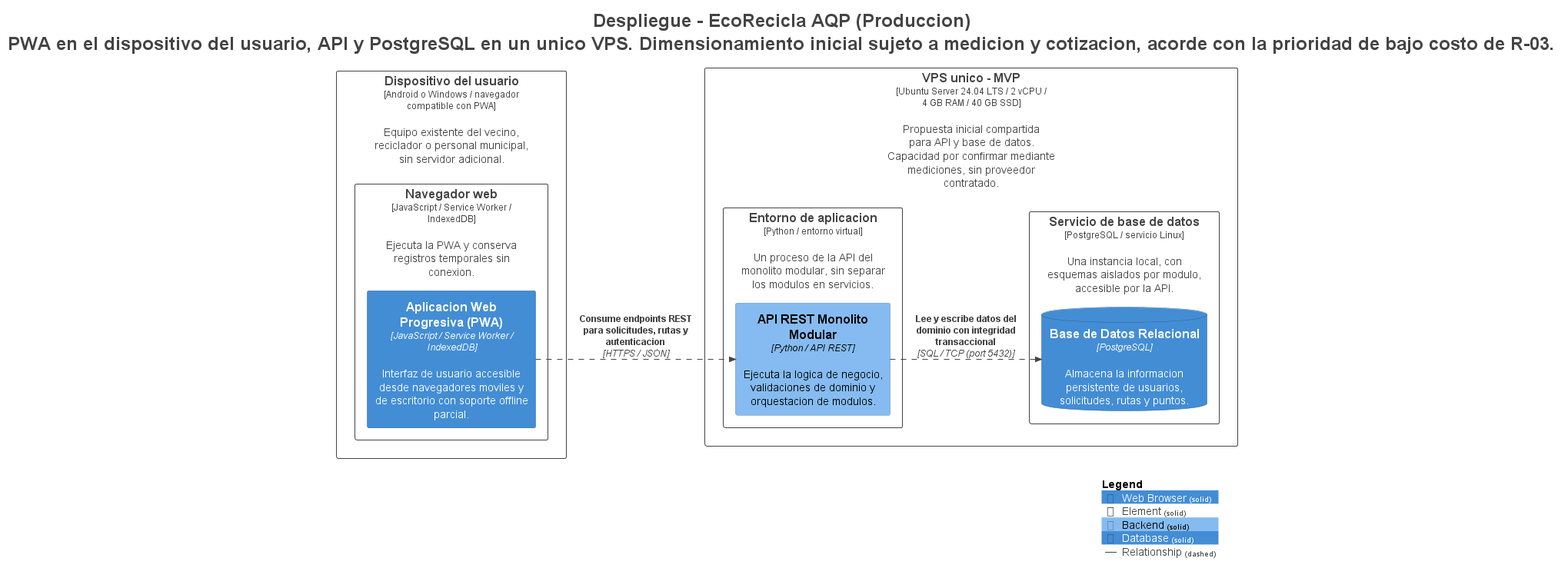
Above: docs/architecture/c4/img/structurizr-VistaDespliegue.png in SharonCondoriUNSA/cs-2026b-lab04-grupo10 (PlantUML), before the change. Its diagram source:
```plantuml
@startuml
title <size:24>Despliegue - EcoRecicla AQP (Produccion)</size>\n<size:24>PWA en el dispositivo del usuario, API y PostgreSQL en un unico VPS. Dimensionamiento inicial sujeto a medicion y cotizacion, acorde con la prioridad de bajo costo de R-03.</size>

set separator none
left to right direction

<style>
  root {
    BackgroundColor: #ffffff
    FontColor: #444444
  }
</style>

!include <C4/C4>
!include <C4/C4_Context>
!include <C4/C4_Container>
!include <C4/C4_Deployment>

AddElementTag("Web Browser", $bgColor="#438dd5", $borderColor="#2e6295", $fontColor="#ffffff", $sprite="", $shadowing="", $borderStyle="solid")
AddElementTag("Element", $bgColor="#ffffff", $borderColor="#444444", $fontColor="#444444", $sprite="", $shadowing="", $borderStyle="solid")
AddElementTag("Backend", $bgColor="#85bbf0", $borderColor="#5d82a8", $fontColor="#000000", $sprite="", $shadowing="", $borderStyle="solid")
AddElementTag("Database", $bgColor="#438dd5", $borderColor="#2e6295", $fontColor="#ffffff", $sprite="", $shadowing="", $borderStyle="solid")

AddRelTag("Relationship", $textColor="#444444", $lineColor="#444444", $lineStyle = DashedLine())

Deployment_Node(Producción.Dispositivodelusuario, "Dispositivo del usuario", $type="Android o Windows / navegador compatible con PWA", $descr="Equipo existente del vecino, reciclador o personal municipal, sin servidor adicional.", $tags="Element", $link="") {
  Deployment_Node(Producción.Dispositivodelusuario.Navegadorweb, "Navegador web", $type="JavaScript / Service Worker / IndexedDB", $descr="Ejecuta la PWA y conserva registros temporales sin conexion.", $tags="Element", $link="") {
    Container(Producción.Dispositivodelusuario.Navegadorweb.AplicacionWebProgresivaPWA_1, "Aplicacion Web Progresiva (PWA)", $techn="JavaScript / Service Worker / IndexedDB", $descr="Interfaz de usuario accesible desde navegadores moviles y de escritorio con soporte offline parcial.", $tags="Web Browser", $link="")
  }

}

Deployment_Node(Producción.VPSunicoMVP, "VPS unico - MVP", $type="Ubuntu Server 24.04 LTS / 2 vCPU / 4 GB RAM / 40 GB SSD", $descr="Propuesta inicial compartida para API y base de datos. Capacidad por confirmar mediante mediciones, sin proveedor contratado.", $tags="Element", $link="") {
  Deployment_Node(Producción.VPSunicoMVP.Entornodeaplicacion, "Entorno de aplicacion", $type="Python / entorno virtual", $descr="Un proceso de la API del monolito modular, sin separar los modulos en servicios.", $tags="Element", $link="") {
    Container(Producción.VPSunicoMVP.Entornodeaplicacion.APIRESTMonolitoModular_1, "API REST Monolito Modular", $techn="Python / API REST", $descr="Ejecuta la logica de negocio, validaciones de dominio y orquestacion de modulos.", $tags="Backend", $link="")
  }

  Deployment_Node(Producción.VPSunicoMVP.Serviciodebasededatos, "Servicio de base de datos", $type="PostgreSQL / servicio Linux", $descr="Una instancia local, con esquemas aislados por modulo, accesible por la API.", $tags="Element", $link="") {
    ContainerDb(Producción.VPSunicoMVP.Serviciodebasededatos.BasedeDatosRelacional_1, "Base de Datos Relacional", $techn="PostgreSQL", $descr="Almacena la informacion persistente de usuarios, solicitudes, rutas y puntos.", $tags="Database", $link="")
  }

}

Rel(Producción.Dispositivodelusuario.Navegadorweb.AplicacionWebProgresivaPWA_1, Producción.VPSunicoMVP.Entornodeaplicacion.APIRESTMonolitoModular_1, "Consume endpoints REST para solicitudes, rutas y autenticacion", $techn="HTTPS / JSON", $tags="Relationship", $link="")
Rel(Producción.VPSunicoMVP.Entornodeaplicacion.APIRESTMonolitoModular_1, Producción.VPSunicoMVP.Serviciodebasededatos.BasedeDatosRelacional_1, "Lee y escribe datos del dominio con integridad transaccional", $techn="SQL / TCP (port 5432)", $tags="Relationship", $link="")

SHOW_LEGEND(true)
hide stereotypes
@enduml
```
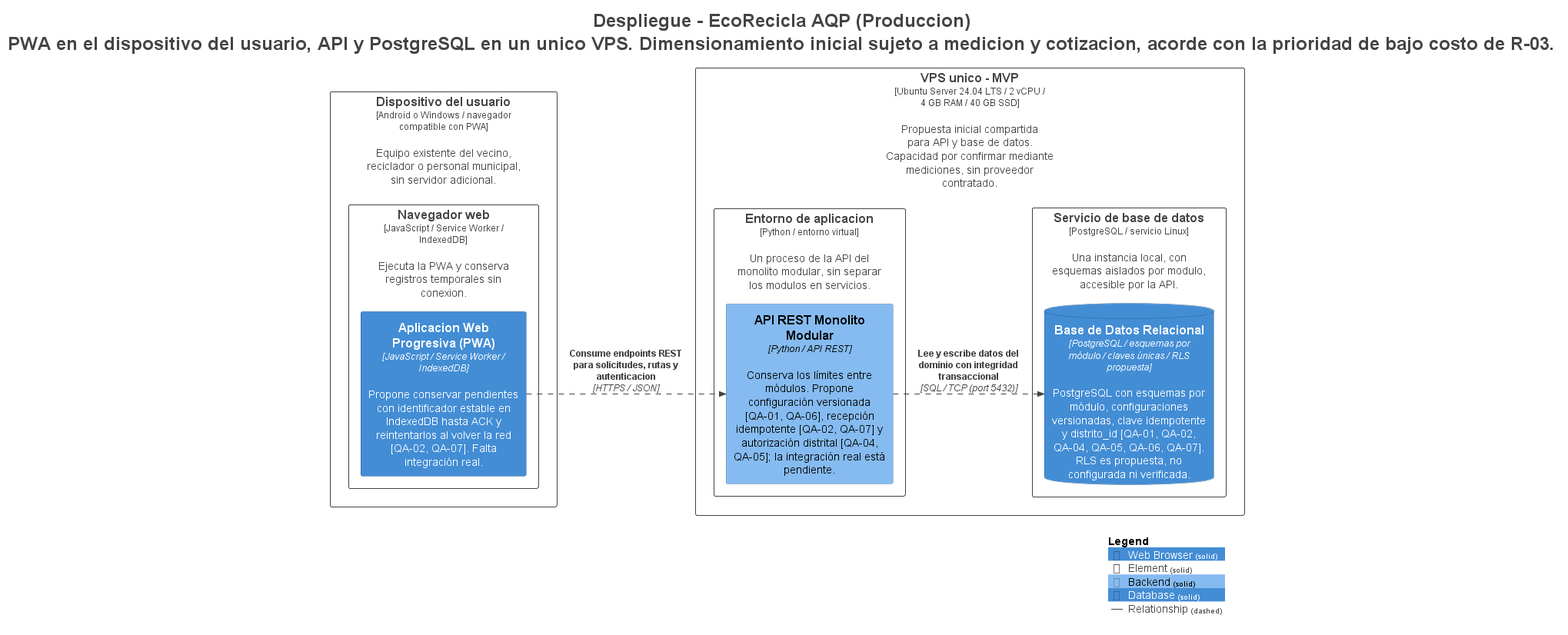
Later version of the same file.

Change to the diagram source:
```diff
@@ -25,18 +25,18 @@
 
 Deployment_Node(Producción.Dispositivodelusuario, "Dispositivo del usuario", $type="Android o Windows / navegador compatible con PWA", $descr="Equipo existente del vecino, reciclador o personal municipal, sin servidor adicional.", $tags="Element", $link="") {
   Deployment_Node(Producción.Dispositivodelusuario.Navegadorweb, "Navegador web", $type="JavaScript / Service Worker / IndexedDB", $descr="Ejecuta la PWA y conserva registros temporales sin conexion.", $tags="Element", $link="") {
-    Container(Producción.Dispositivodelusuario.Navegadorweb.AplicacionWebProgresivaPWA_1, "Aplicacion Web Progresiva (PWA)", $techn="JavaScript / Service Worker / IndexedDB", $descr="Interfaz de usuario accesible desde navegadores moviles y de escritorio con soporte offline parcial.", $tags="Web Browser", $link="")
+    Container(Producción.Dispositivodelusuario.Navegadorweb.AplicacionWebProgresivaPWA_1, "Aplicacion Web Progresiva (PWA)", $techn="JavaScript / Service Worker / IndexedDB", $descr="Propone conservar pendientes con identificador estable en IndexedDB hasta ACK y reintentarlos al volver la red [QA-02, QA-07]. Falta integración real.", $tags="Web Browser", $link="")
   }
 
 }
 
 Deployment_Node(Producción.VPSunicoMVP, "VPS unico - MVP", $type="Ubuntu Server 24.04 LTS / 2 vCPU / 4 GB RAM / 40 GB SSD", $descr="Propuesta inicial compartida para API y base de datos. Capacidad por confirmar mediante mediciones, sin proveedor contratado.", $tags="Element", $link="") {
   Deployment_Node(Producción.VPSunicoMVP.Entornodeaplicacion, "Entorno de aplicacion", $type="Python / entorno virtual", $descr="Un proceso de la API del monolito modular, sin separar los modulos en servicios.", $tags="Element", $link="") {
-    Container(Producción.VPSunicoMVP.Entornodeaplicacion.APIRESTMonolitoModular_1, "API REST Monolito Modular", $techn="Python / API REST", $descr="Ejecuta la logica de negocio, validaciones de dominio y orquestacion de modulos.", $tags="Backend", $link="")
+    Container(Producción.VPSunicoMVP.Entornodeaplicacion.APIRESTMonolitoModular_1, "API REST Monolito Modular", $techn="Python / API REST", $descr="Conserva los límites entre módulos. Propone configuración versionada [QA-01, QA-06], recepción idempotente [QA-02, QA-07] y autorización distrital [QA-04, QA-05]; la integración real está pendiente.", $tags="Backend", $link="")
   }
 
   Deployment_Node(Producción.VPSunicoMVP.Serviciodebasededatos, "Servicio de base de datos", $type="PostgreSQL / servicio Linux", $descr="Una instancia local, con esquemas aislados por modulo, accesible por la API.", $tags="Element", $link="") {
-    ContainerDb(Producción.VPSunicoMVP.Serviciodebasededatos.BasedeDatosRelacional_1, "Base de Datos Relacional", $techn="PostgreSQL", $descr="Almacena la informacion persistente de usuarios, solicitudes, rutas y puntos.", $tags="Database", $link="")
+    ContainerDb(Producción.VPSunicoMVP.Serviciodebasededatos.BasedeDatosRelacional_1, "Base de Datos Relacional", $techn="PostgreSQL / esquemas por módulo / claves únicas / RLS propuesta", $descr="PostgreSQL con esquemas por módulo, configuraciones versionadas, clave idempotente y distrito_id [QA-01, QA-02, QA-04, QA-05, QA-06, QA-07]. RLS es propuesta, no configurada ni verificada.", $tags="Database", $link="")
   }
 
 }
```
